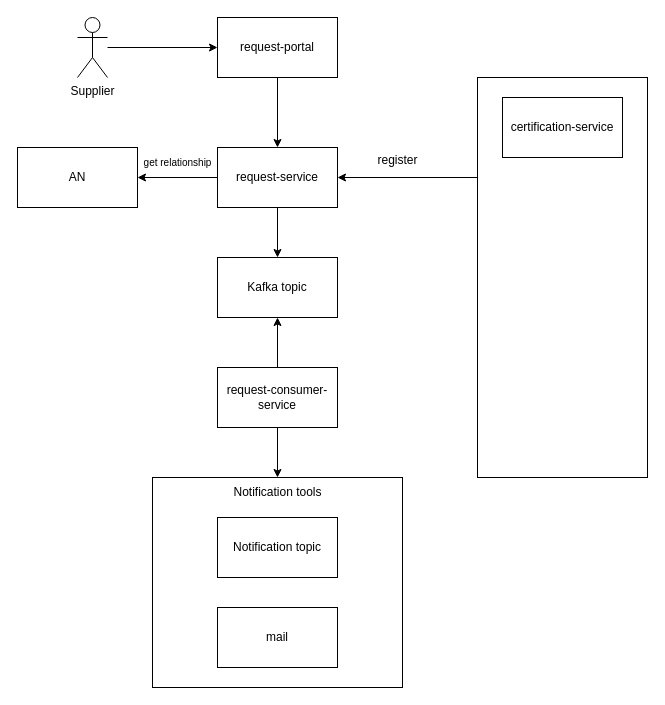
The draw.io diagram page "Page-2" (2 of 2) of request.drawio in huangshijie/Drawio, before the edit. Source tidied: cells renumbered, new cells numbered last; positions are measured from the earlier drawing's top-left corner, leaving out a move shared by most shapes. Both pictures are drawn from the tidied source at 100%, with x=0, y=0 at pixel (17, 17).
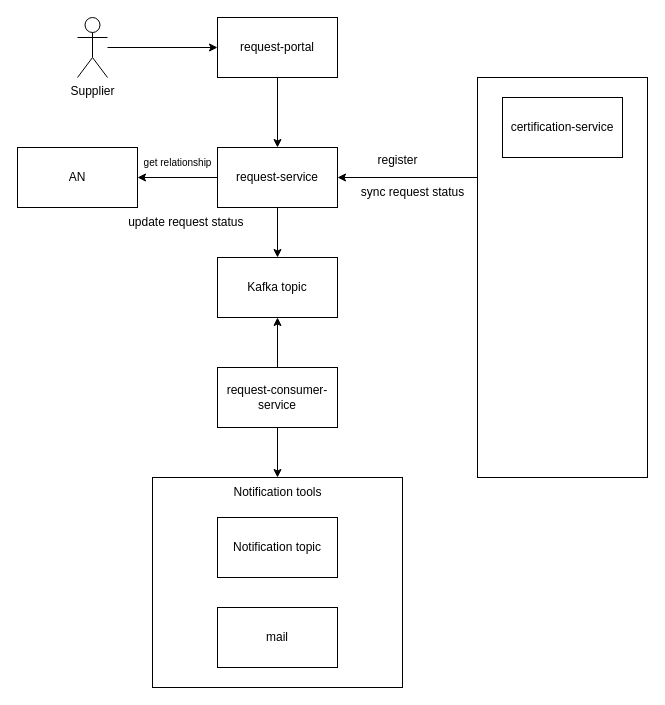
Above is the later version.

The edit, as a diff of the source:
```diff
@@
+    <mxCell id="23" value="sync request status" style="text;html=1;align=center;verticalAlign=middle;strokeColor=none;fillColor=none;" parent="1" vertex="1">
+      <mxGeometry x="330" y="160" width="130" height="30" as="geometry" />
+    </mxCell>
+    <mxCell id="24" value="update request status&amp;nbsp;" style="text;html=1;align=center;verticalAlign=middle;strokeColor=none;fillColor=none;" parent="1" vertex="1">
+      <mxGeometry x="100" y="190" width="140" height="30" as="geometry" />
+    </mxCell>
```
